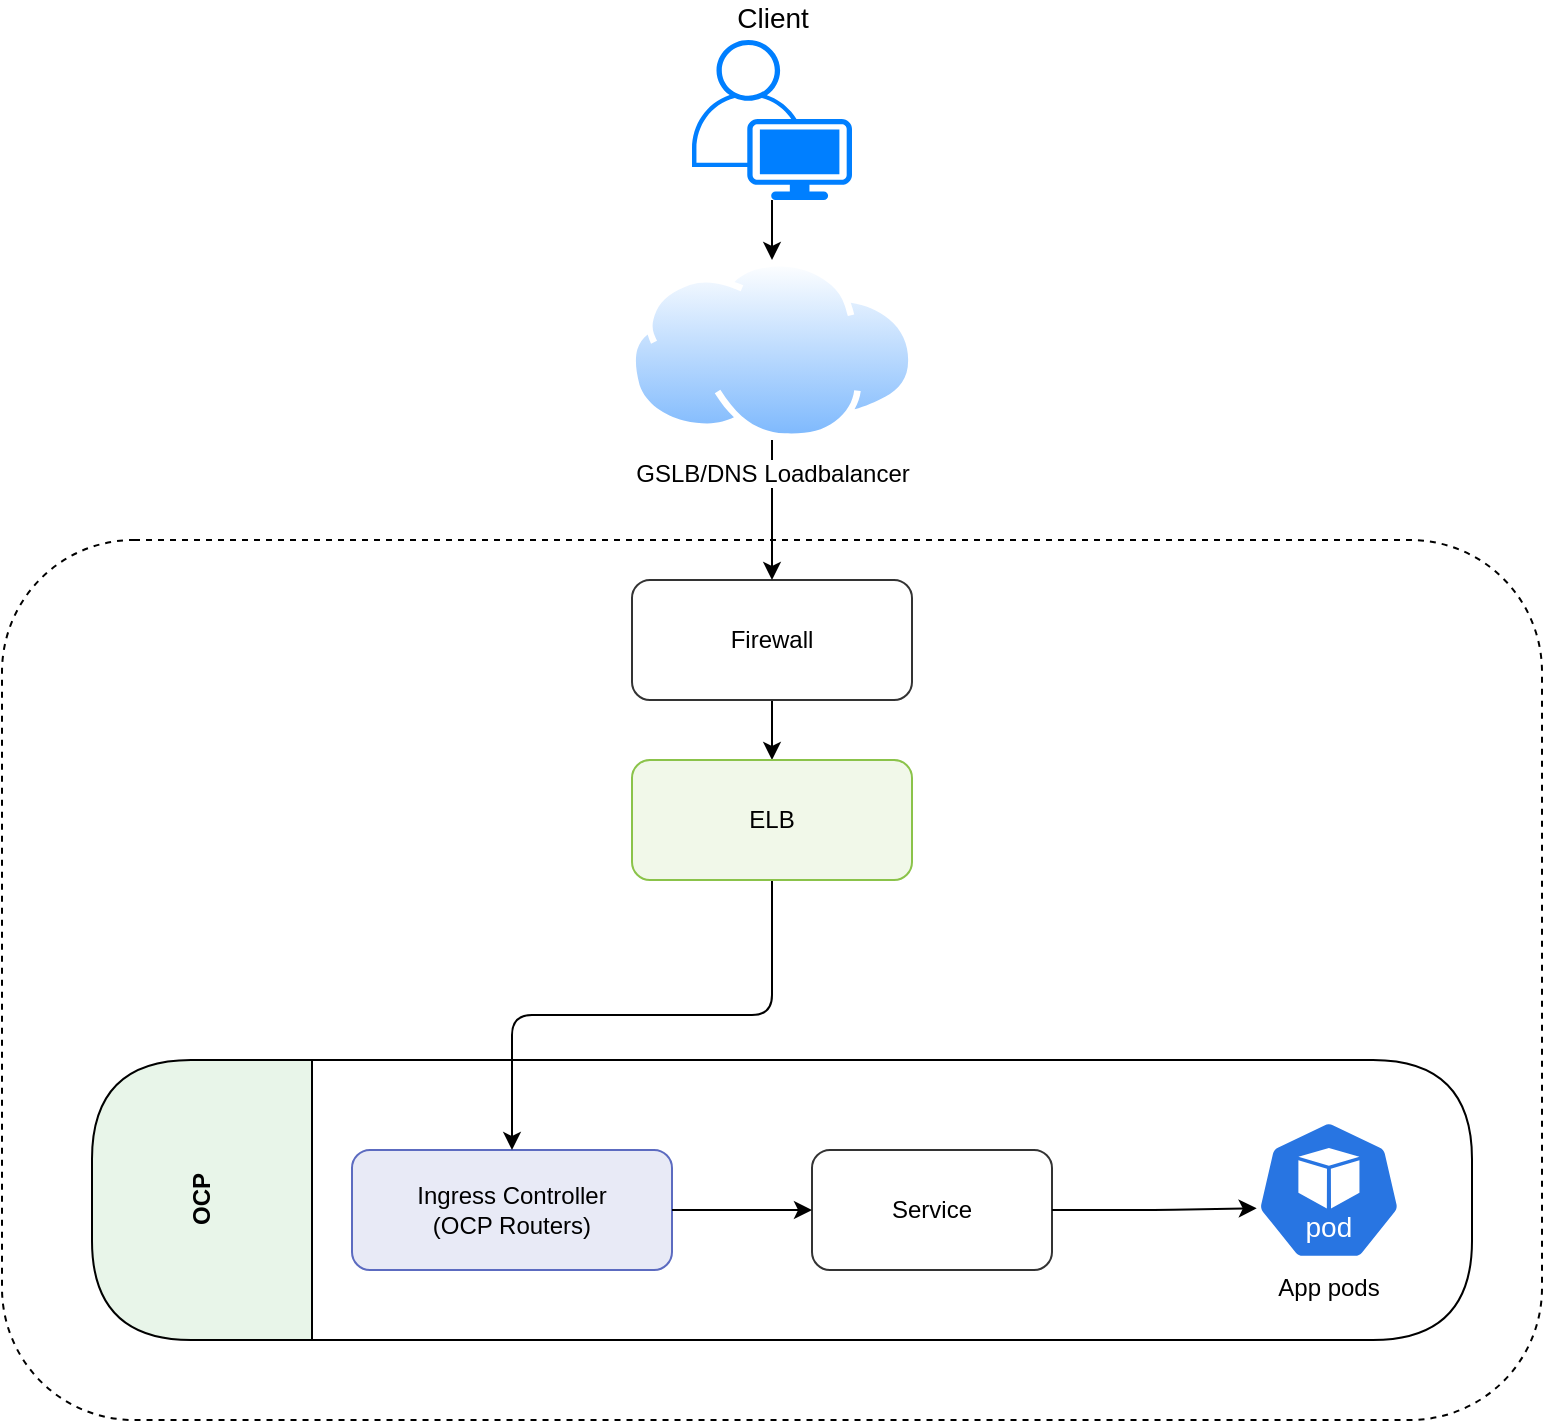
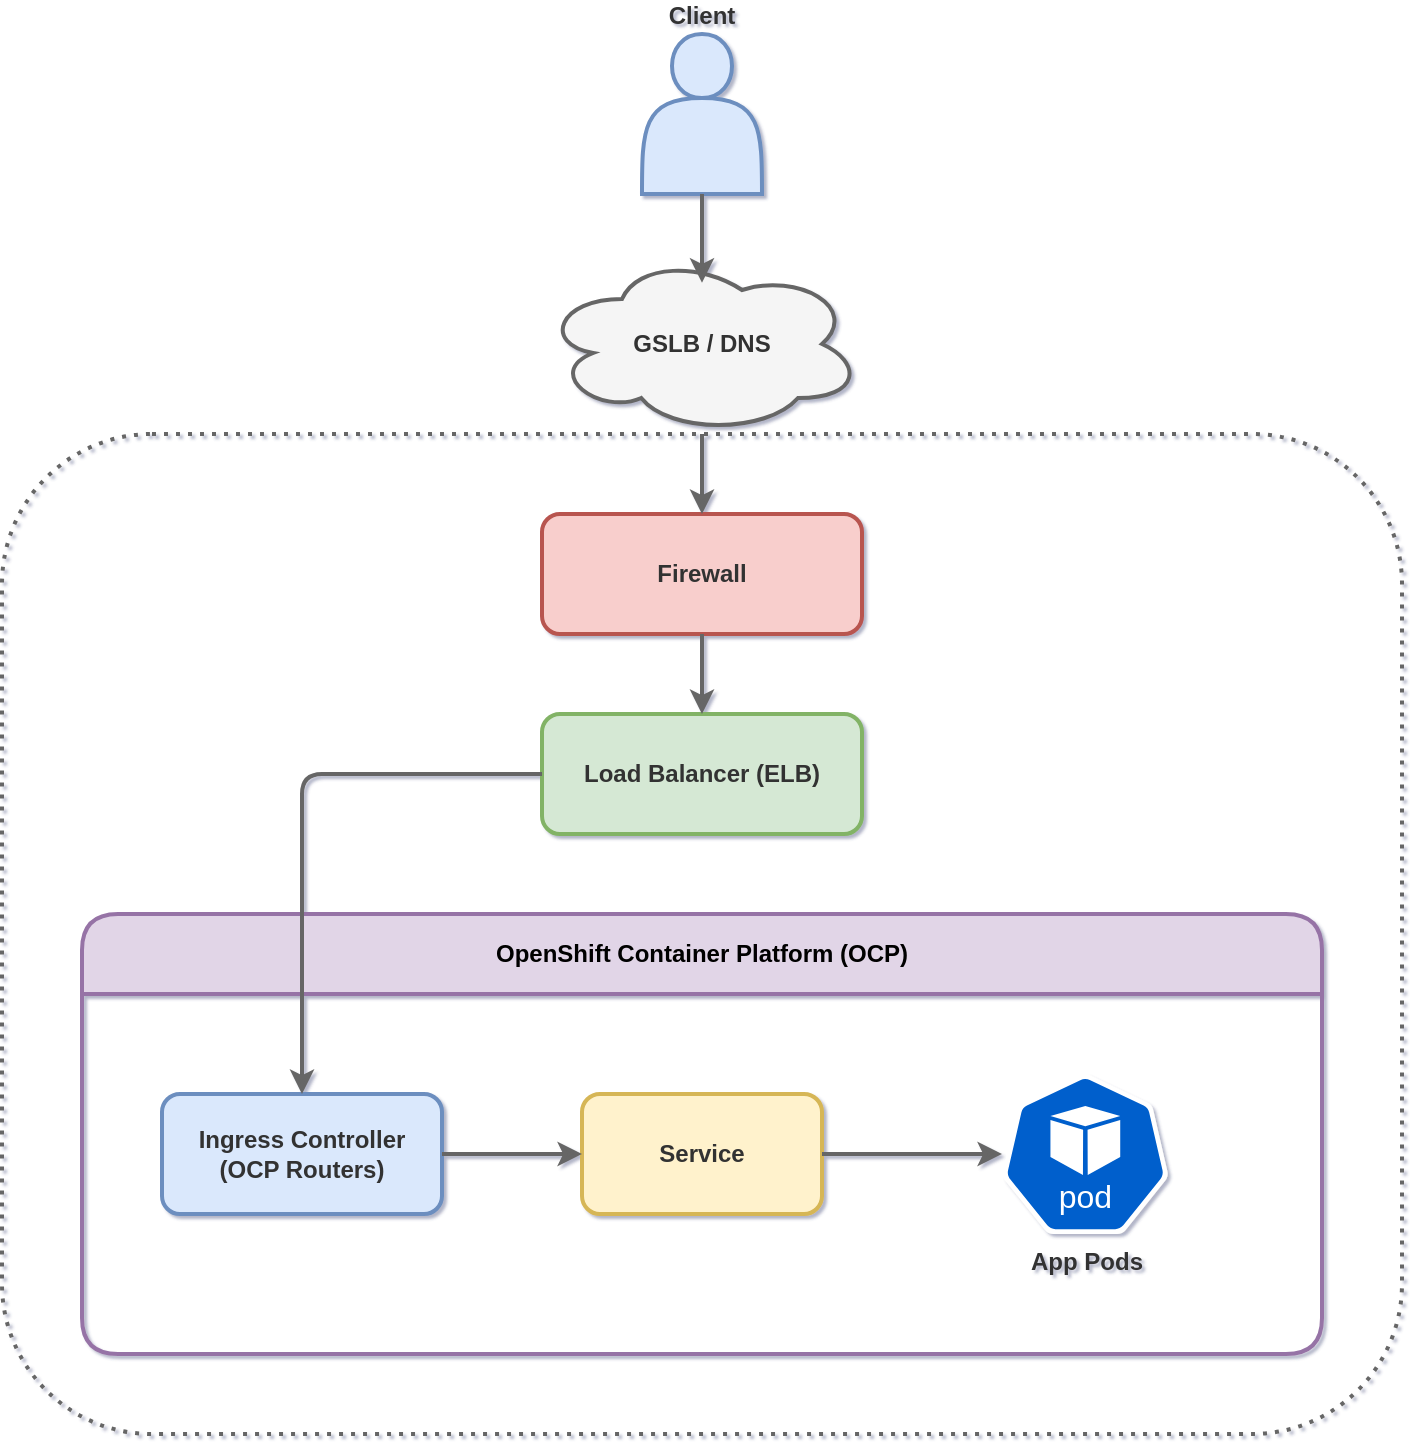
<mxfile host="65bd71144e">
-     <diagram name="page-1" id="0">
-         <mxGraphModel dx="1240" dy="2031" grid="1" gridSize="10" guides="1" tooltips="1" connect="1" arrows="1" fold="1" page="1" pageScale="1" pageWidth="827" pageHeight="1169" math="0" shadow="0">
+     <diagram name="Page-1" id="ocp-arch-01">
+         <mxGraphModel dx="1109" dy="731" grid="0" gridSize="10" guides="1" tooltips="1" connect="1" arrows="1" fold="1" page="1" pageScale="1" pageWidth="827" pageHeight="1169" math="0" shadow="1">
            <root>
                <mxCell id="0"/>
                <mxCell id="1" parent="0"/>
-                 <mxCell id="3" value="" style="rounded=1;whiteSpace=wrap;html=1;dashed=1;align=left;labelPosition=center;verticalLabelPosition=top;verticalAlign=bottom;fontSize=20;" parent="1" vertex="1">
-                     <mxGeometry x="150" y="160" width="770" height="440" as="geometry"/>
+                 <mxCell id="dc_boundary" value="" style="rounded=1;whiteSpace=wrap;html=1;dashed=1;dashPattern=1 2;fillColor=none;strokeColor=#666666;strokeWidth=2;align=left;verticalAlign=top;spacingLeft=15;spacingTop=15;fontSize=14;fontStyle=1;fontColor=#333333;" parent="1" vertex="1">
+                     <mxGeometry x="50" y="220" width="700" height="500" as="geometry"/>
                </mxCell>
-                 <mxCell id="lane2" value="OCP" style="swimlane;horizontal=0;startSize=110;fillColor=#e8f5e9;html=1;direction=east;rounded=1;" parent="1" vertex="1">
-                     <mxGeometry x="195" y="420" width="690" height="140" as="geometry"/>
+                 <mxCell id="ocp_lane" value="OpenShift Container Platform (OCP)" style="swimlane;whiteSpace=wrap;html=1;fillColor=#e1d5e7;strokeColor=#9673a6;strokeWidth=2;fontStyle=1;startSize=40;rounded=1;" parent="1" vertex="1">
+                     <mxGeometry x="90" y="460" width="620" height="220" as="geometry"/>
                </mxCell>
-                 <mxCell id="ing2" value="Ingress Controller&lt;div&gt;(OCP Routers)&lt;/div&gt;" style="rounded=1;whiteSpace=wrap;html=1;fillColor=#e8eaf6;strokeColor=#5c6bc0;" parent="lane2" vertex="1">
-                     <mxGeometry x="130" y="45" width="160" height="60" as="geometry"/>
+                 <mxCell id="ingress" value="Ingress Controller&#xa;(OCP Routers)" style="rounded=1;whiteSpace=wrap;html=1;fillColor=#dae8fc;strokeColor=#6c8ebf;strokeWidth=2;fontStyle=1;fontColor=#333333;" parent="ocp_lane" vertex="1">
+                     <mxGeometry x="40" y="90" width="140" height="60" as="geometry"/>
                </mxCell>
-                 <mxCell id="svc2" value="Service" style="rounded=1;whiteSpace=wrap;html=1;fillColor=#ffffff;strokeColor=#333;" parent="lane2" vertex="1">
-                     <mxGeometry x="360" y="45" width="120" height="60" as="geometry"/>
+                 <mxCell id="service" value="Service" style="rounded=1;whiteSpace=wrap;html=1;fillColor=#fff2cc;strokeColor=#d6b656;strokeWidth=2;fontStyle=1;fontColor=#333333;" parent="ocp_lane" vertex="1">
+                     <mxGeometry x="250" y="90" width="120" height="60" as="geometry"/>
                </mxCell>
-                 <mxCell id="e_svc2_pod2" style="edgeStyle=orthogonalEdgeStyle;rounded=1;html=1;entryX=0.005;entryY=0.63;entryDx=0;entryDy=0;entryPerimeter=0;" parent="lane2" source="svc2" target="6" edge="1">
-                     <mxGeometry relative="1" as="geometry">
-                         <mxPoint x="560" y="75" as="targetPoint"/>
-                     </mxGeometry>
+                 <mxCell id="pods" value="App Pods" style="aspect=fixed;sketch=0;html=1;dashed=0;whitespace=wrap;verticalLabelPosition=bottom;verticalAlign=top;fillColor=#005FCC;strokeColor=#ffffff;points=[[0.005,0.63,0],[0.1,0.2,0],[0.9,0.2,0],[0.5,0,0],[0.995,0.63,0],[0.72,0.99,0],[0.5,1,0],[0.28,0.99,0]];shape=mxgraph.kubernetes.icon2;kubernetesLabel=1;prIcon=pod;fontStyle=1;fontColor=#333333;" parent="ocp_lane" vertex="1">
+                     <mxGeometry x="460" y="80" width="83.33" height="80" as="geometry"/>
                </mxCell>
-                 <mxCell id="6" value="App pods" style="aspect=fixed;sketch=0;html=1;dashed=0;whitespace=wrap;verticalLabelPosition=bottom;verticalAlign=top;fillColor=#2875E2;strokeColor=#ffffff;points=[[0.005,0.63,0],[0.1,0.2,0],[0.9,0.2,0],[0.5,0,0],[0.995,0.63,0],[0.72,0.99,0],[0.5,1,0],[0.28,0.99,0]];shape=mxgraph.kubernetes.icon2;kubernetesLabel=1;prIcon=pod" parent="lane2" vertex="1">
-                     <mxGeometry x="582" y="30" width="72.92" height="70" as="geometry"/>
-                 </mxCell>
-                 <mxCell id="e_fw2_elb2" style="edgeStyle=orthogonalEdgeStyle;rounded=1;html=1;" parent="1" source="fw2" target="elb2" edge="1">
+                 <mxCell id="edge_ingress_service" style="edgeStyle=orthogonalEdgeStyle;rounded=1;html=1;strokeWidth=2;strokeColor=#666666;" parent="ocp_lane" source="ingress" target="service" edge="1">
                    <mxGeometry relative="1" as="geometry"/>
                </mxCell>
-                 <mxCell id="e_elb2_ing2" style="edgeStyle=orthogonalEdgeStyle;rounded=1;html=1;" parent="1" source="elb2" target="ing2" edge="1">
+                 <mxCell id="edge_service_pods" style="edgeStyle=orthogonalEdgeStyle;rounded=1;html=1;strokeWidth=2;strokeColor=#666666;" parent="ocp_lane" source="service" target="pods" edge="1">
                    <mxGeometry relative="1" as="geometry"/>
                </mxCell>
-                 <mxCell id="e_ing2_svc2" style="edgeStyle=orthogonalEdgeStyle;rounded=1;html=1;" parent="1" source="ing2" target="svc2" edge="1">
+                 <mxCell id="client" value="Client" style="shape=actor;whiteSpace=wrap;html=1;fillColor=#dae8fc;strokeColor=#6c8ebf;strokeWidth=2;fontStyle=1;fontColor=#333333;labelPosition=center;verticalLabelPosition=top;align=center;verticalAlign=bottom;" parent="1" vertex="1">
+                     <mxGeometry x="370" y="20" width="60" height="80" as="geometry"/>
+                 </mxCell>
+                 <mxCell id="gslb" value="GSLB / DNS" style="ellipse;shape=cloud;whiteSpace=wrap;html=1;fillColor=#f5f5f5;fontColor=#333333;strokeColor=#666666;strokeWidth=2;fontStyle=1;" parent="1" vertex="1">
+                     <mxGeometry x="320" y="130" width="160" height="90" as="geometry"/>
+                 </mxCell>
+                 <mxCell id="firewall" value="Firewall" style="rounded=1;whiteSpace=wrap;html=1;fillColor=#f8cecc;strokeColor=#b85450;strokeWidth=2;fontStyle=1;fontColor=#333333;" parent="1" vertex="1">
+                     <mxGeometry x="320" y="260" width="160" height="60" as="geometry"/>
+                 </mxCell>
+                 <mxCell id="elb" value="Load Balancer (ELB)" style="rounded=1;whiteSpace=wrap;html=1;fillColor=#d5e8d4;strokeColor=#82b366;strokeWidth=2;fontStyle=1;fontColor=#333333;" parent="1" vertex="1">
+                     <mxGeometry x="320" y="360" width="160" height="60" as="geometry"/>
+                 </mxCell>
+                 <mxCell id="edge_client_gslb" style="edgeStyle=orthogonalEdgeStyle;rounded=1;html=1;strokeWidth=2;strokeColor=#666666;entryX=0.5;entryY=0.16;entryDx=0;entryDy=0;entryPerimeter=0;" parent="1" source="client" target="gslb" edge="1">
                    <mxGeometry relative="1" as="geometry"/>
                </mxCell>
-                 <mxCell id="fw2" value="Firewall" style="rounded=1;whiteSpace=wrap;html=1;fillColor=#ffffff;strokeColor=#333;" parent="1" vertex="1">
-                     <mxGeometry x="465" y="180" width="140" height="60" as="geometry"/>
-                 </mxCell>
-                 <mxCell id="elb2" value="ELB" style="rounded=1;whiteSpace=wrap;html=1;fillColor=#f1f8e9;strokeColor=#8bc34a;" parent="1" vertex="1">
-                     <mxGeometry x="465" y="270" width="140" height="60" as="geometry"/>
-                 </mxCell>
-                 <mxCell id="7" style="edgeStyle=none;html=1;" parent="1" source="8" target="fw2" edge="1">
+                 <mxCell id="edge_gslb_fw" style="edgeStyle=orthogonalEdgeStyle;rounded=1;html=1;strokeWidth=2;strokeColor=#666666;" parent="1" source="gslb" target="firewall" edge="1">
                    <mxGeometry relative="1" as="geometry"/>
                </mxCell>
-                 <mxCell id="5" value="Client" style="points=[[0.35,0,0],[0.98,0.51,0],[1,0.71,0],[0.67,1,0],[0,0.795,0],[0,0.65,0]];verticalLabelPosition=top;sketch=0;html=1;verticalAlign=bottom;aspect=fixed;align=center;pointerEvents=1;shape=mxgraph.cisco19.user;fillColor=#007FFF;strokeColor=none;labelPosition=center;fontSize=14;" parent="1" vertex="1">
-                     <mxGeometry x="495" y="-90" width="80" height="80" as="geometry"/>
+                 <mxCell id="edge_fw_elb" style="edgeStyle=orthogonalEdgeStyle;rounded=1;html=1;strokeWidth=2;strokeColor=#666666;" parent="1" source="firewall" target="elb" edge="1">
+                     <mxGeometry relative="1" as="geometry"/>
                </mxCell>
-                 <mxCell id="9" value="" style="edgeStyle=none;html=1;" parent="1" source="5" target="8" edge="1">
+                 <mxCell id="edge_elb_ingress" style="edgeStyle=orthogonalEdgeStyle;rounded=1;html=1;strokeWidth=2;strokeColor=#666666;exitX=0;exitY=0.5;exitDx=0;exitDy=0;entryX=0.5;entryY=0;entryDx=0;entryDy=0;" parent="1" source="elb" target="ingress" edge="1">
                    <mxGeometry relative="1" as="geometry">
-                         <mxPoint x="540" y="-10" as="sourcePoint"/>
-                         <mxPoint x="540" y="180" as="targetPoint"/>
+                         <Array as="points">
+                             <mxPoint x="200" y="390"/>
+                         </Array>
                    </mxGeometry>
-                 </mxCell>
-                 <mxCell id="8" value="GSLB/DNS Loadbalancer" style="image;aspect=fixed;perimeter=ellipsePerimeter;html=1;align=center;shadow=0;dashed=0;spacingTop=3;image=img/lib/active_directory/internet_cloud.svg;" parent="1" vertex="1">
-                     <mxGeometry x="463.58" y="20" width="142.85" height="90" as="geometry"/>
                </mxCell>
            </root>
        </mxGraphModel>
    </diagram>
</mxfile>